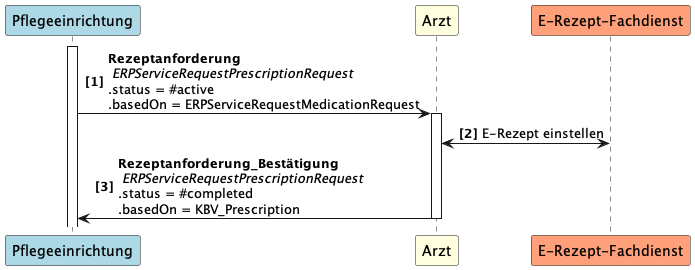
This is guides/ig-rezeptanforderung/images/puml_images/UC3.png from gematik/spec-E-Rezept-ServiceRequest, a PlantUML export, as it was before one commit.
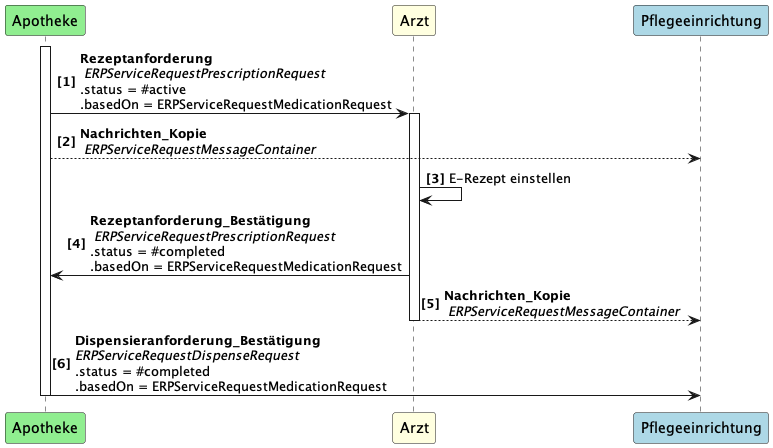
After the commit.

What changed in the source:
```diff
@@ -1,11 +1,15 @@
 @startuml UC3
 autonumber "<b>[0]"
+participant Apotheke as Ap #LightGreen
+participant Arzt as A #LightYellow
 participant Pflegeeinrichtung as PE #LightBlue
-participant Arzt as A #LightYellow
-participant "E-Rezept-Fachdienst" as FD #LightSalmon
 
-activate PE
-PE -> A++: <b>Rezeptanforderung\n <i>ERPServiceRequestPrescriptionRequest  \n.status = #active \n.basedOn = ERPServiceRequestMedicationRequest
-A <-> FD: E-Rezept einstellen
-A -> PE--: <b>Rezeptanforderung_Bestätigung\n <i>ERPServiceRequestPrescriptionRequest  \n.status = #completed \n.basedOn = KBV_Prescription
+activate Ap
+Ap -> A++: <b>Rezeptanforderung\n <i>ERPServiceRequestPrescriptionRequest  \n.status = #active \n.basedOn = ERPServiceRequestMedicationRequest
+Ap --> PE:  <b>Nachrichten_Kopie\n <i>ERPServiceRequestMessageContainer
+A -> A: E-Rezept einstellen
+A -> Ap: <b>Rezeptanforderung_Bestätigung\n <i>ERPServiceRequestPrescriptionRequest  \n.status = #completed \n.basedOn = ERPServiceRequestMedicationRequest
+A --> PE:  <b>Nachrichten_Kopie\n <i>ERPServiceRequestMessageContainer
+deactivate A
+Ap -> PE--: <b>Dispensieranforderung_Bestätigung \n<i>ERPServiceRequestDispenseRequest \n.status = #completed \n.basedOn = ERPServiceRequestMedicationRequest
 @enduml
```
